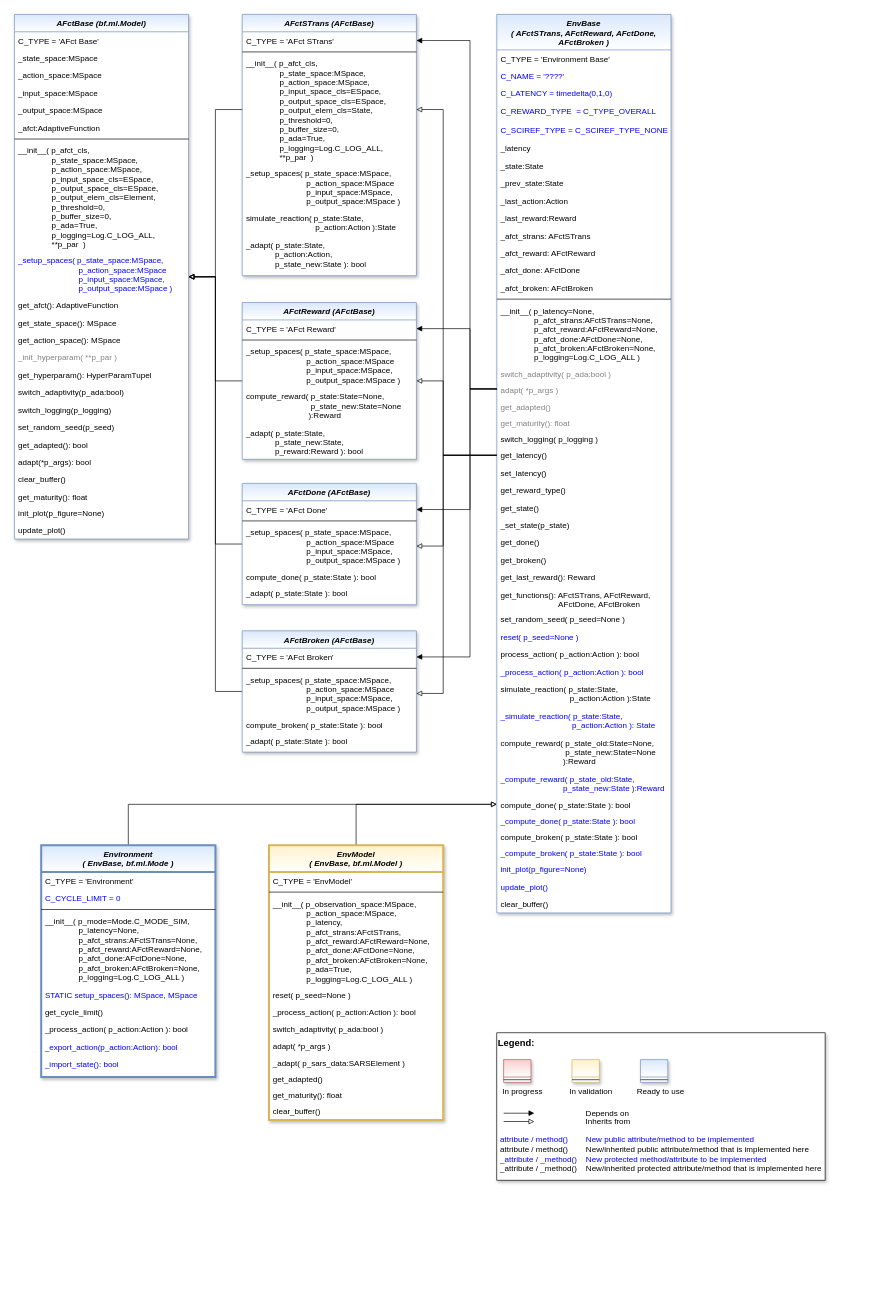
fhswf/MLPro keeps this draw.io diagram as doc/rtd/content/append2/core/images/rl/02_environments/MLPro-RL-Env_class_diagram.drawio. Above is the earlier version. Source tidied: cells renumbered, new cells numbered last; positions are measured from the earlier drawing's top-left corner, leaving out a move shared by most shapes. Both pictures are drawn from the tidied source at 67%, with x=0, y=0 at pixel (14, 14).
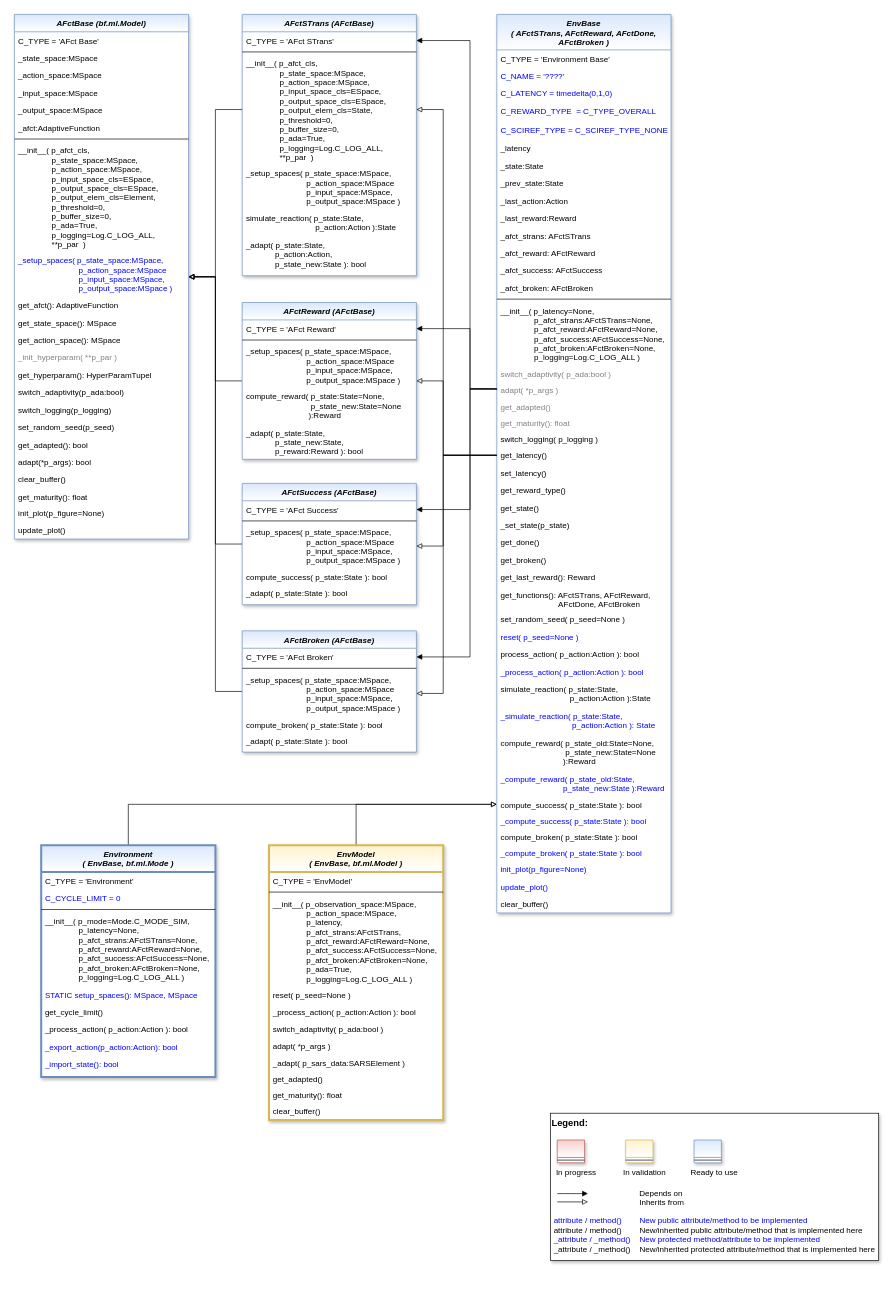
After the change.

Unchanged cells that the change refers to:
```xml
<mxCell id="3" value="Environment &#10;( EnvBase, bf.ml.Mode )" style="swimlane;fontStyle=3;align=center;verticalAlign=top;horizontal=1;startSize=40;rounded=0;shadow=1;strokeWidth=3;fillColor=#dae8fc;strokeColor=#6c8ebf;gradientColor=#ffffff;swimlaneFillColor=#ffffff;" parent="1" vertex="1">
  <mxGeometry x="40" y="1240" width="260" height="346" as="geometry" />
</mxCell>
<mxCell id="14" value="EnvModel &#10;( EnvBase, bf.ml.Model )" style="swimlane;fontStyle=3;align=center;verticalAlign=top;horizontal=1;startSize=40;rounded=0;shadow=1;strokeWidth=3;fillColor=#fff2cc;strokeColor=#d6b656;gradientColor=#ffffff;swimlaneFillColor=#ffffff;" parent="1" vertex="1">
  <mxGeometry x="380" y="1240" width="260" height="410" as="geometry" />
</mxCell>
<mxCell id="26" value="EnvBase &#10;( AFctSTrans, AFctReward, AFctDone, &#10;AFctBroken )" style="swimlane;fontStyle=3;align=center;verticalAlign=top;horizontal=1;startSize=53;rounded=0;shadow=1;strokeWidth=1;fillColor=#dae8fc;strokeColor=#6c8ebf;gradientColor=#ffffff;swimlaneFillColor=#ffffff;" parent="1" vertex="1">
  <mxGeometry x="720" width="260" height="1341" as="geometry" />
</mxCell>
```

Change to the diagram source:
```diff
@@
-    <mxCell id="7" value="__init__( p_mode=Mode.C_MODE_SIM,&#10;               p_latency=None, &#10;               p_afct_strans:AFctSTrans=None,&#10;               p_afct_reward:AFctReward=None,&#10;               p_afct_done:AFctDone=None,&#10;               p_afct_broken:AFctBroken=None,&#10;               p_logging=Log.C_LOG_ALL )" style="text;align=left;verticalAlign=top;spacingLeft=4;spacingRight=4;overflow=hidden;" parent="3" vertex="1">
+    <mxCell id="7" value="__init__( p_mode=Mode.C_MODE_SIM,&#10;               p_latency=None, &#10;               p_afct_strans:AFctSTrans=None,&#10;               p_afct_reward:AFctReward=None,&#10;               p_afct_success:AFctSuccess=None,&#10;               p_afct_broken:AFctBroken=None,&#10;               p_logging=Log.C_LOG_ALL )" style="text;align=left;verticalAlign=top;spacingLeft=4;spacingRight=4;overflow=hidden;" parent="3" vertex="1">
       <mxGeometry y="100" width="260" height="110" as="geometry" />
     </mxCell>
@@
-    <mxCell id="17" value="__init__( p_observation_space:MSpace,&#10;               p_action_space:MSpace,&#10;               p_latency,&#10;               p_afct_strans:AFctSTrans,&#10;               p_afct_reward:AFctReward=None,&#10;               p_afct_done:AFctDone=None,&#10;               p_afct_broken:AFctBroken=None,&#10;               p_ada=True, &#10;               p_logging=Log.C_LOG_ALL )" style="text;align=left;verticalAlign=top;spacingLeft=4;spacingRight=4;overflow=hidden;" parent="14" vertex="1">
+    <mxCell id="17" value="__init__( p_observation_space:MSpace,&#10;               p_action_space:MSpace,&#10;               p_latency,&#10;               p_afct_strans:AFctSTrans,&#10;               p_afct_reward:AFctReward=None,&#10;               p_afct_success:AFctSuccess=None,&#10;               p_afct_broken:AFctBroken=None,&#10;               p_ada=True, &#10;               p_logging=Log.C_LOG_ALL )" style="text;align=left;verticalAlign=top;spacingLeft=4;spacingRight=4;overflow=hidden;" parent="14" vertex="1">
       <mxGeometry y="74" width="260" height="136" as="geometry" />
     </mxCell>
@@
-    <mxCell id="39" value="_afct_done: AFctDone" style="text;align=left;verticalAlign=top;spacingLeft=4;spacingRight=4;overflow=hidden;" parent="26" vertex="1">
+    <mxCell id="39" value="_afct_success: AFctSuccess" style="text;align=left;verticalAlign=top;spacingLeft=4;spacingRight=4;overflow=hidden;" parent="26" vertex="1">
       <mxGeometry y="369" width="260" height="26" as="geometry" />
     </mxCell>
@@
-    <mxCell id="42" value="__init__( p_latency=None, &#10;               p_afct_strans:AFctSTrans=None,&#10;               p_afct_reward:AFctReward=None,&#10;               p_afct_done:AFctDone=None,&#10;               p_afct_broken:AFctBroken=None,&#10;               p_logging=Log.C_LOG_ALL )" style="text;align=left;verticalAlign=top;spacingLeft=4;spacingRight=4;overflow=hidden;" parent="26" vertex="1">
+    <mxCell id="42" value="__init__( p_latency=None, &#10;               p_afct_strans:AFctSTrans=None,&#10;               p_afct_reward:AFctReward=None,&#10;               p_afct_success:AFctSuccess=None,&#10;               p_afct_broken:AFctBroken=None,&#10;               p_logging=Log.C_LOG_ALL )" style="text;align=left;verticalAlign=top;spacingLeft=4;spacingRight=4;overflow=hidden;" parent="26" vertex="1">
       <mxGeometry y="429" width="260" height="94" as="geometry" />
     </mxCell>
@@
-    <mxCell id="65" value="compute_done( p_state:State ): bool" style="text;align=left;verticalAlign=top;spacingLeft=4;spacingRight=4;overflow=hidden;points=[[0,0.5],[1,0.5]];portConstraint=eastwest;" parent="26" vertex="1">
+    <mxCell id="65" value="compute_success( p_state:State ): bool" style="text;align=left;verticalAlign=top;spacingLeft=4;spacingRight=4;overflow=hidden;points=[[0,0.5],[1,0.5]];portConstraint=eastwest;" parent="26" vertex="1">
       <mxGeometry y="1167" width="260" height="24" as="geometry" />
     </mxCell>
-    <mxCell id="66" value="_compute_done( p_state:State ): bool" style="text;align=left;verticalAlign=top;spacingLeft=4;spacingRight=4;overflow=hidden;fontColor=#0000FF;" parent="26" vertex="1">
+    <mxCell id="66" value="_compute_success( p_state:State ): bool" style="text;align=left;verticalAlign=top;spacingLeft=4;spacingRight=4;overflow=hidden;fontColor=#0000FF;" parent="26" vertex="1">
       <mxGeometry y="1191" width="260" height="24" as="geometry" />
     </mxCell>
@@
-    <mxCell id="80" value="AFctDone (AFctBase)" style="swimlane;fontStyle=3;align=center;verticalAlign=top;horizontal=1;startSize=26;rounded=0;shadow=1;strokeWidth=1;fillColor=#dae8fc;strokeColor=#6c8ebf;gradientColor=#ffffff;swimlaneFillColor=#ffffff;" parent="1" vertex="1">
+    <mxCell id="80" value="AFctSuccess (AFctBase)" style="swimlane;fontStyle=3;align=center;verticalAlign=top;horizontal=1;startSize=26;rounded=0;shadow=1;strokeWidth=1;fillColor=#dae8fc;strokeColor=#6c8ebf;gradientColor=#ffffff;swimlaneFillColor=#ffffff;" parent="1" vertex="1">
       <mxGeometry x="340" y="700" width="260" height="181" as="geometry" />
     </mxCell>
-    <mxCell id="81" value="C_TYPE = 'AFct Done'" style="text;align=left;verticalAlign=top;spacingLeft=4;spacingRight=4;overflow=hidden;points=[[0,0.5],[1,0.5]];portConstraint=eastwest;" parent="80" vertex="1">
+    <mxCell id="81" value="C_TYPE = 'AFct Success'" style="text;align=left;verticalAlign=top;spacingLeft=4;spacingRight=4;overflow=hidden;points=[[0,0.5],[1,0.5]];portConstraint=eastwest;" parent="80" vertex="1">
       <mxGeometry y="26" width="260" height="26" as="geometry" />
     </mxCell>
@@
-    <mxCell id="84" value="compute_done( p_state:State ): bool" style="text;align=left;verticalAlign=top;spacingLeft=4;spacingRight=4;overflow=hidden;" parent="80" vertex="1">
+    <mxCell id="84" value="compute_success( p_state:State ): bool" style="text;align=left;verticalAlign=top;spacingLeft=4;spacingRight=4;overflow=hidden;" parent="80" vertex="1">
       <mxGeometry y="127" width="260" height="24" as="geometry" />
     </mxCell>
@@
     <mxCell id="100" style="group;" parent="1" vertex="1">
-      <mxGeometry x="720" y="1520" width="490" height="220" as="geometry" />
+      <mxGeometry x="800" y="1640" width="490" height="220" as="geometry" />
     </mxCell>
```
